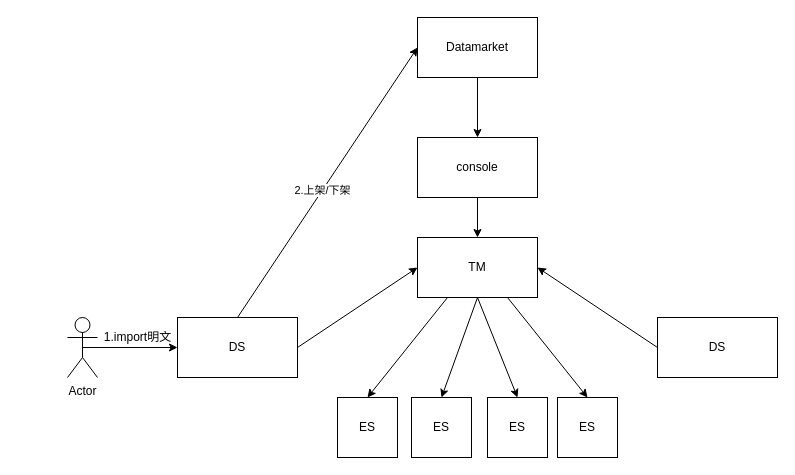
Above: data_deploy_.drawio in yankaili2006/drawing_io (draw.io), before the change. Source tidied: cells renumbered, new cells numbered last; positions are measured from the earlier drawing's top-left corner, leaving out a move shared by most shapes. Both pictures are drawn from the tidied source at 100%, with x=0, y=0 at pixel (67, 17).
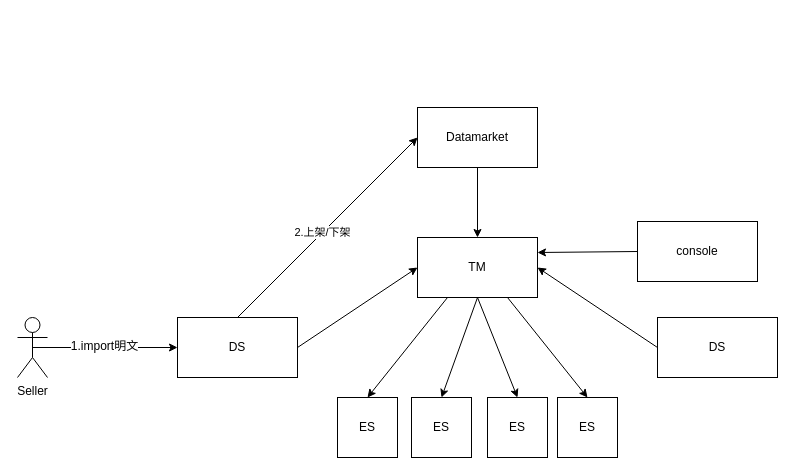
Above is the later version.

The change refers to these unchanged cells:
```xml
<mxCell id="3" value="TM" style="rounded=0;whiteSpace=wrap;html=1;" parent="1" vertex="1">
  <mxGeometry x="350" y="220" width="120" height="60" as="geometry" />
</mxCell>
<mxCell id="14" style="endArrow=classic;html=1;exitX=0.5;exitY=0.5;exitDx=0;exitDy=0;exitPerimeter=0;entryX=0;entryY=0.5;entryDx=0;entryDy=0;" parent="1" edge="1" source="13" target="2">
  <mxGeometry relative="1" as="geometry" />
</mxCell>
```

Diff of the diagram source:
```diff
@@
     <mxCell id="9" value="console" style="rounded=0;whiteSpace=wrap;html=1;" parent="1" vertex="1">
-      <mxGeometry x="350" y="120" width="120" height="60" as="geometry" />
+      <mxGeometry x="570" y="204" width="120" height="60" as="geometry" />
     </mxCell>
     <mxCell id="10" value="Datamarket" style="rounded=0;whiteSpace=wrap;html=1;" parent="1" vertex="1">
-      <mxGeometry x="350" width="120" height="60" as="geometry" />
+      <mxGeometry x="350" y="90" width="120" height="60" as="geometry" />
     </mxCell>
@@
-    <mxCell id="13" value="Actor" style="shape=umlActor;verticalLabelPosition=bottom;labelBackgroundColor=#ffffff;verticalAlign=top;html=1;outlineConnect=0;" parent="1" vertex="1">
-      <mxGeometry y="300" width="30" height="60" as="geometry" />
+    <mxCell id="13" value="Seller" style="shape=umlActor;verticalLabelPosition=bottom;labelBackgroundColor=#ffffff;verticalAlign=top;html=1;outlineConnect=0;" parent="1" vertex="1">
+      <mxGeometry x="-50" y="300" width="30" height="60" as="geometry" />
     </mxCell>
@@
-    <mxCell id="15" value="1.import明文" style="text;html=1;align=center;verticalAlign=middle;" parent="1" vertex="1">
-      <mxGeometry x="30" y="310" width="80" height="20" as="geometry" />
+    <mxCell id="15" value="&lt;span style=&quot;font-size: 12px&quot;&gt;1.import明文&lt;/span&gt;" style="edgeLabel;html=1;align=center;verticalAlign=middle;" parent="14" vertex="1">
+      <mxGeometry x="-0.02" y="2" relative="1" as="geometry" />
     </mxCell>
@@
-    <mxCell id="20" style="endArrow=classic;html=1;entryX=0.5;entryY=0;entryDx=0;entryDy=0;exitX=0.5;exitY=1;exitDx=0;exitDy=0;" parent="1" edge="1" source="9" target="3">
+    <mxCell id="20" style="endArrow=classic;html=1;entryX=1;entryY=0.25;entryDx=0;entryDy=0;exitX=0;exitY=0.5;exitDx=0;exitDy=0;" parent="1" edge="1" source="9" target="3">
       <mxGeometry relative="1" as="geometry" />
     </mxCell>
-    <mxCell id="21" style="endArrow=classic;html=1;entryX=0.5;entryY=0;entryDx=0;entryDy=0;exitX=0.5;exitY=1;exitDx=0;exitDy=0;" parent="1" edge="1" source="10" target="9">
+    <mxCell id="21" style="endArrow=classic;html=1;entryX=0.5;entryY=0;entryDx=0;entryDy=0;exitX=0.5;exitY=1;exitDx=0;exitDy=0;" parent="1" edge="1" source="10" target="3">
       <mxGeometry relative="1" as="geometry" />
     </mxCell>
```
